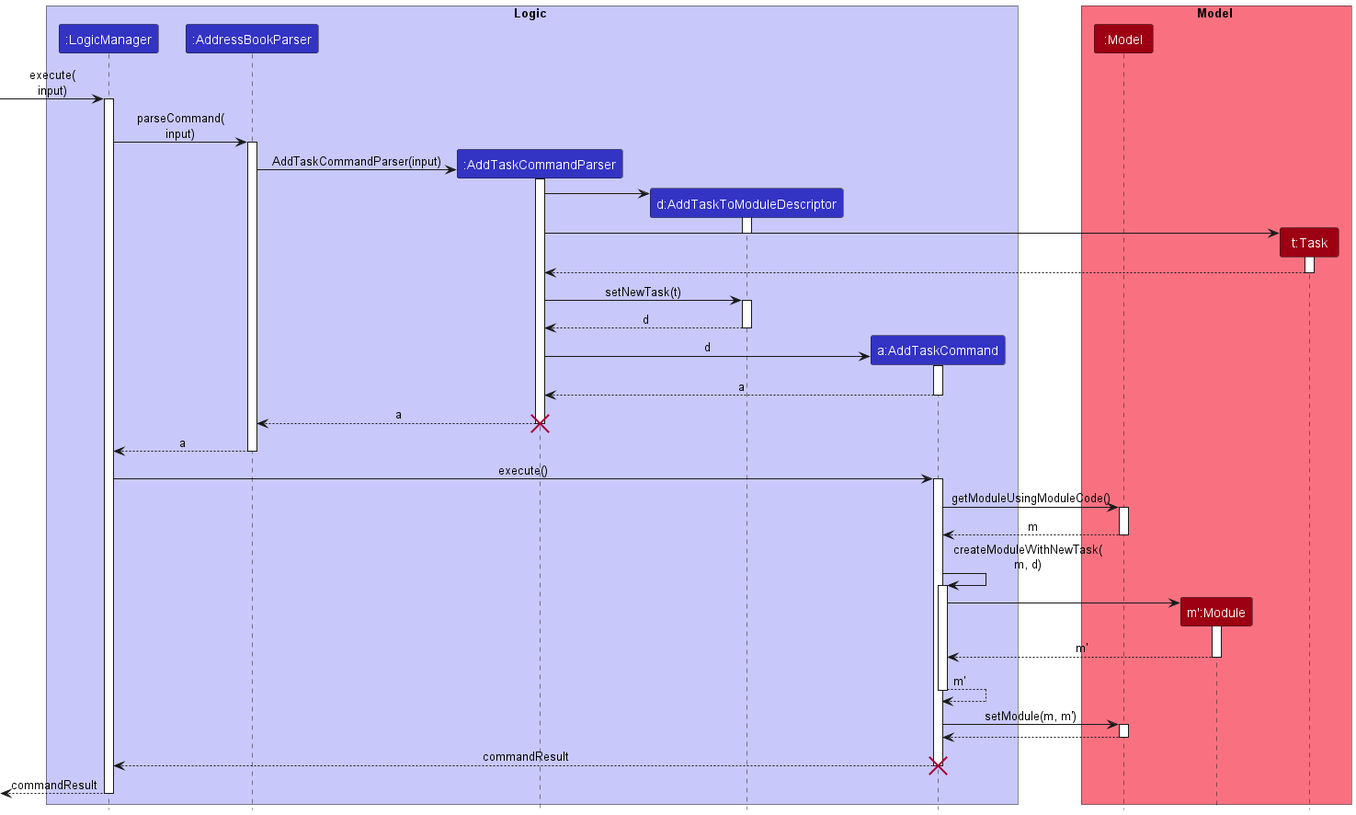
Before: docs/images/AddDeleteSwapTaskFeature/AddTaskSequenceDiagram.png, a diagram exported from PlantUML (nus-cs2103-AY2223S1/tp).
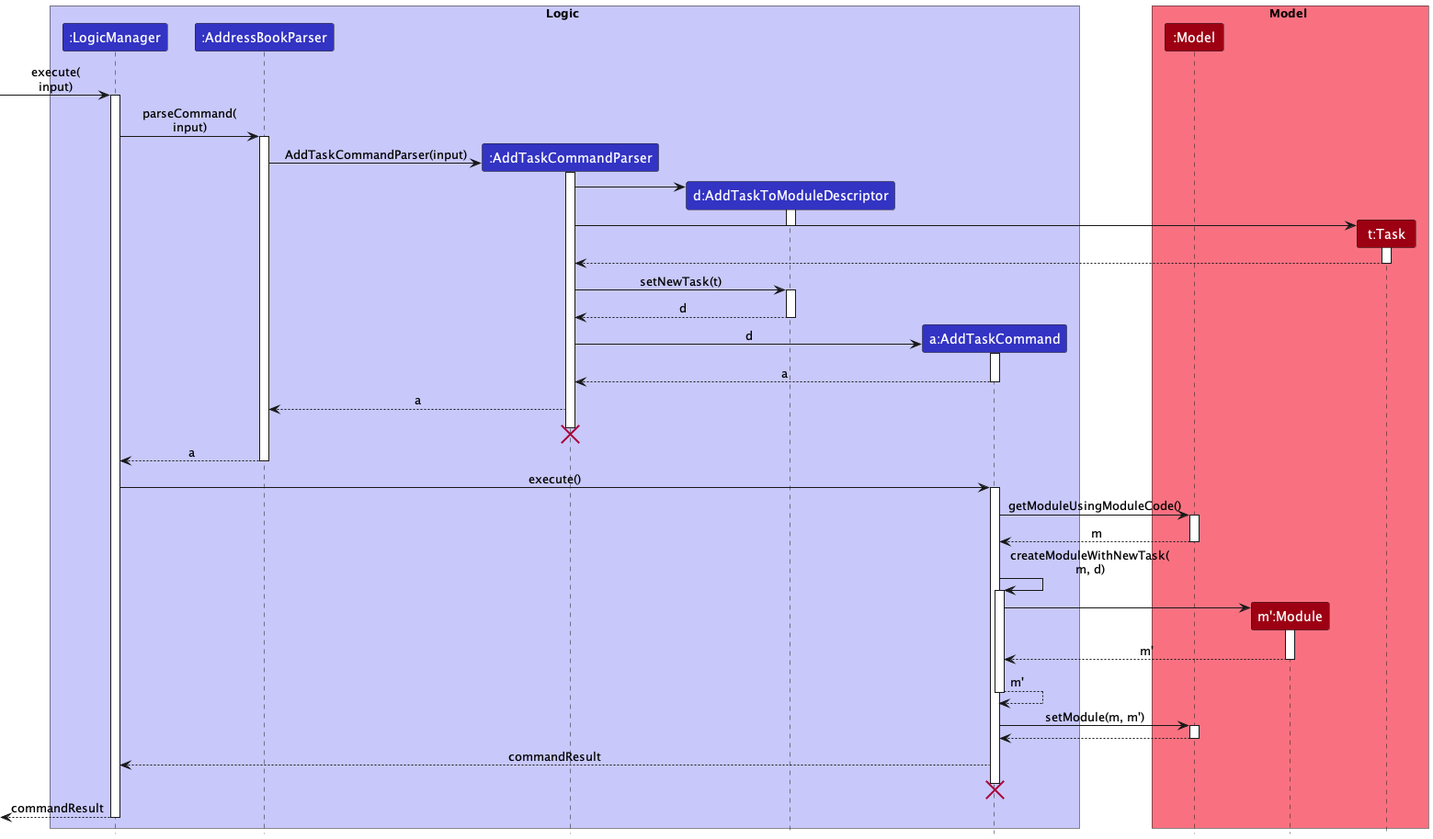
Above is the later version.

What changed in the source:
```diff
@@ -50,6 +50,7 @@
 deactivate AddTaskCommand
 
 AddTaskCommandParser --> AddressBookParser : a
+AddTaskCommandParser -[hidden]-> AddTaskCommandParser
 destroy AddTaskCommandParser
 
 AddressBookParser --> LogicManager : a
@@ -84,6 +85,7 @@
 deactivate Model
 
 AddTaskCommand --> LogicManager : commandResult
+AddTaskCommand -[hidden]-> AddTaskCommand
 destroy AddTaskCommand
 
 [<--LogicManager : commandResult
```
